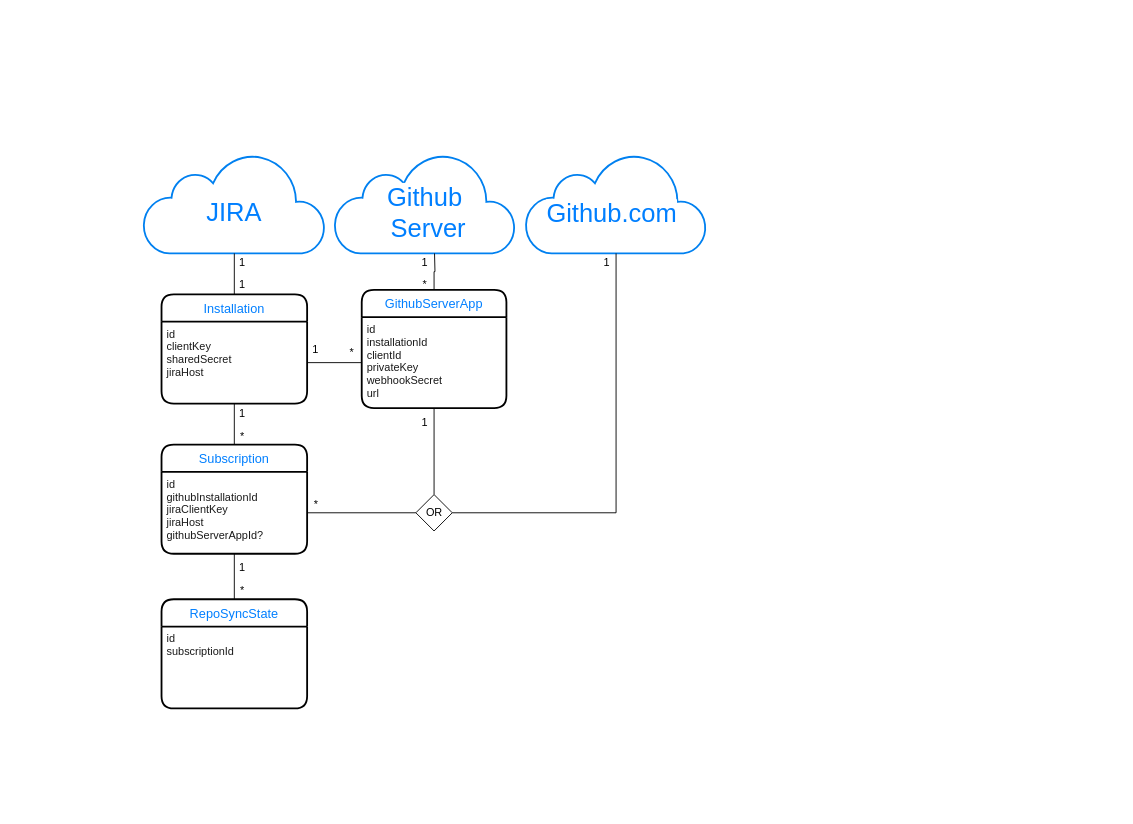
Earlier version of the draw.io diagram docs/draw.io/data-model.drawio.xml (atlassian/github-for-jira). Source tidied: cells renumbered, new cells numbered last; positions are measured from the earlier drawing's top-left corner, leaving out a move shared by most shapes. Both pictures are drawn from the tidied source at 91%, with x=0, y=0 at pixel (143, 153).
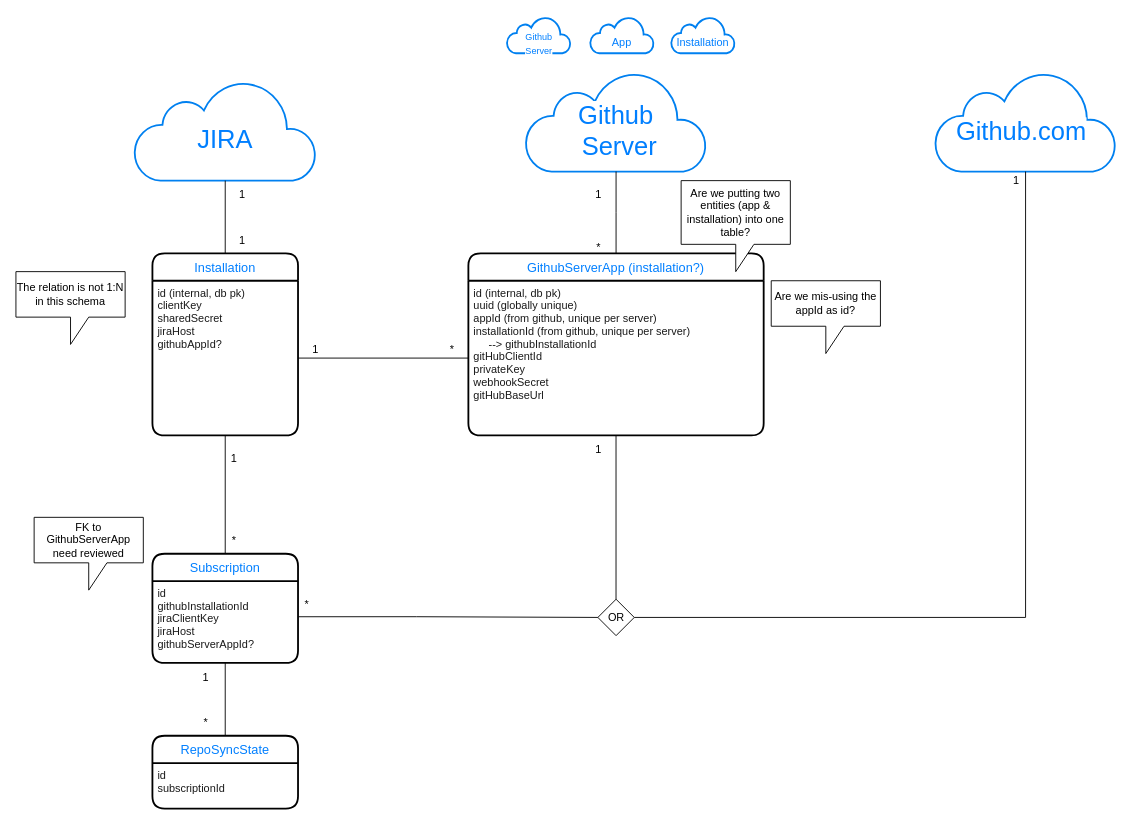
The same page after the edit.

Commit message (it also covers changes not shown here):
update data model with unique uuid

The change refers to these unchanged cells:
```xml
<mxCell id="10" style="html=1;verticalLabelPosition=bottom;align=center;labelBackgroundColor=#ffffff;verticalAlign=top;strokeWidth=2;strokeColor=#0080F0;shadow=0;dashed=0;shape=mxgraph.ios7.icons.cloud;" parent="9" vertex="1">
  <mxGeometry width="199" height="110" as="geometry" />
</mxCell>
<mxCell id="17" value="id&#10;githubInstallationId&#10;jiraClientKey&#10;jiraHost&#10;githubServerAppId?" style="align=left;strokeColor=none;fillColor=none;spacingLeft=4;fontSize=12;verticalAlign=top;fontColor=#1A1A1A;" parent="16" vertex="1">
  <mxGeometry y="30" width="160" height="90" as="geometry" />
</mxCell>
```

The edit, as a diff of the source:
```diff
@@
     <mxCell id="2" style="group;" parent="1" vertex="1">
-      <mxGeometry width="200" height="110" as="geometry" />
+      <mxGeometry x="-10" y="-80" width="200" height="110" as="geometry" />
     </mxCell>
@@
     <mxCell id="5" style="group;" parent="1" vertex="1">
-      <mxGeometry x="220" width="330" height="130" as="geometry" />
+      <mxGeometry x="670" y="-90" width="330" height="130" as="geometry" />
     </mxCell>
@@
     <mxCell id="9" style="group;" parent="1" vertex="1">
-      <mxGeometry x="210" width="199" height="110" as="geometry" />
+      <mxGeometry x="420" y="-90" width="199" height="110" as="geometry" />
     </mxCell>
@@
     <mxCell id="14" value="Installation" style="swimlane;horizontal=1;startSize=30;rounded=1;fontSize=14;fontStyle=0;strokeWidth=2;shadow=0;dashed=0;align=center;fontColor=#007FFF;glass=0;" parent="1" vertex="1">
-      <mxGeometry x="20" y="155" width="160" height="120" as="geometry" />
+      <mxGeometry x="10" y="110" width="160" height="200" as="geometry" />
     </mxCell>
-    <mxCell id="15" value="id&#10;clientKey&#10;sharedSecret&#10;jiraHost" style="align=left;strokeColor=none;fillColor=none;spacingLeft=4;fontSize=12;verticalAlign=top;fontColor=#1A1A1A;" parent="14" vertex="1">
-      <mxGeometry y="30" width="160" height="90" as="geometry" />
+    <mxCell id="15" value="id (internal, db pk)&#10;clientKey&#10;sharedSecret&#10;jiraHost&#10;githubAppId?&#10;" style="align=left;strokeColor=none;fillColor=none;spacingLeft=4;fontSize=12;verticalAlign=top;fontColor=#1A1A1A;" parent="14" vertex="1">
+      <mxGeometry y="30" width="160" height="170" as="geometry" />
     </mxCell>
     <mxCell id="16" value="Subscription" style="swimlane;horizontal=1;startSize=30;rounded=1;fontSize=14;fontStyle=0;strokeWidth=2;shadow=0;dashed=0;align=center;fontColor=#007FFF;glass=0;" parent="1" vertex="1">
-      <mxGeometry x="20" y="320" width="160" height="120" as="geometry" />
+      <mxGeometry x="10" y="440" width="160" height="120" as="geometry" />
     </mxCell>
@@
     <mxCell id="18" value="RepoSyncState" style="swimlane;horizontal=1;startSize=30;rounded=1;fontSize=14;fontStyle=0;strokeWidth=2;shadow=0;dashed=0;align=center;fontColor=#007FFF;glass=0;" parent="1" vertex="1">
-      <mxGeometry x="20" y="490" width="160" height="120" as="geometry" />
+      <mxGeometry x="10" y="640" width="160" height="80" as="geometry" />
     </mxCell>
     <mxCell id="19" value="id&#10;subscriptionId" style="align=left;strokeColor=none;fillColor=none;spacingLeft=4;fontSize=12;verticalAlign=top;fontColor=#1A1A1A;" parent="18" vertex="1">
-      <mxGeometry y="30" width="160" height="90" as="geometry" />
+      <mxGeometry y="30" width="160" height="50" as="geometry" />
     </mxCell>
-    <mxCell id="20" style="edgeStyle=orthogonalEdgeStyle;rounded=0;jettySize=auto;html=1;fontSize=28;fontColor=#007FFF;endArrow=none;endFill=0;" parent="1" edge="1" source="21">
-      <mxGeometry relative="1" as="geometry">
-        <mxPoint x="320" y="110" as="targetPoint" />
-      </mxGeometry>
+    <mxCell id="20" style="edgeStyle=orthogonalEdgeStyle;rounded=0;jettySize=auto;html=1;fontSize=28;fontColor=#007FFF;endArrow=none;endFill=0;" parent="1" edge="1" source="21" target="10">
+      <mxGeometry relative="1" as="geometry" />
     </mxCell>
-    <mxCell id="21" value="GithubServerApp" style="swimlane;horizontal=1;startSize=30;rounded=1;fontSize=14;fontStyle=0;strokeWidth=2;shadow=0;dashed=0;align=center;fontColor=#007FFF;glass=0;" parent="1" vertex="1">
-      <mxGeometry x="240" y="150" width="159" height="130" as="geometry" />
+    <mxCell id="21" value="GithubServerApp (installation?)" style="swimlane;horizontal=1;startSize=30;rounded=1;fontSize=14;fontStyle=0;strokeWidth=2;shadow=0;dashed=0;align=center;fontColor=#007FFF;glass=0;" parent="1" vertex="1">
+      <mxGeometry x="357.2" y="110" width="324.5" height="200" as="geometry" />
     </mxCell>
-    <mxCell id="22" value="id&#10;installationId&#10;clientId&#10;privateKey&#10;webhookSecret&#10;url" style="align=left;strokeColor=none;fillColor=none;spacingLeft=4;fontSize=12;verticalAlign=top;fontColor=#1A1A1A;" parent="21" vertex="1">
-      <mxGeometry y="30" width="159" height="100" as="geometry" />
+    <mxCell id="22" value="id (internal, db pk)&#10;uuid (globally unique)&#10;appId (from github, unique per server)&#10;installationId (from github, unique per server)&#10;     --&gt; githubInstallationId&#10;gitHubClientId&#10;privateKey&#10;webhookSecret&#10;gitHubBaseUrl" style="align=left;strokeColor=none;fillColor=none;spacingLeft=4;fontSize=12;verticalAlign=top;fontColor=#1A1A1A;" parent="21" vertex="1">
+      <mxGeometry y="30" width="324.5" height="170" as="geometry" />
     </mxCell>
     <mxCell id="23" value="&lt;font color=&quot;#000000&quot; style=&quot;font-size: 12px&quot;&gt;1&lt;/font&gt;" style="text;html=1;strokeColor=none;fillColor=none;align=center;verticalAlign=middle;whiteSpace=wrap;rounded=0;shadow=0;glass=0;fontSize=28;fontColor=#007FFF;" parent="1" vertex="1">
-      <mxGeometry x="99" y="104" width="20" height="20" as="geometry" />
+      <mxGeometry x="99" y="30" width="20" height="20" as="geometry" />
     </mxCell>
     <mxCell id="24" value="&lt;font color=&quot;#000000&quot; style=&quot;font-size: 12px&quot;&gt;1&lt;/font&gt;" style="text;html=1;strokeColor=none;fillColor=none;align=center;verticalAlign=middle;whiteSpace=wrap;rounded=0;shadow=0;glass=0;fontSize=28;fontColor=#007FFF;" parent="1" vertex="1">
-      <mxGeometry x="99" y="129" width="20" height="20" as="geometry" />
+      <mxGeometry x="99" y="80" width="20" height="20" as="geometry" />
     </mxCell>
     <mxCell id="25" value="&lt;font color=&quot;#000000&quot; style=&quot;font-size: 12px&quot;&gt;1&lt;/font&gt;" style="text;html=1;strokeColor=none;fillColor=none;align=center;verticalAlign=middle;whiteSpace=wrap;rounded=0;shadow=0;glass=0;fontSize=28;fontColor=#007FFF;" parent="1" vertex="1">
-      <mxGeometry x="99" y="270" width="20" height="20" as="geometry" />
+      <mxGeometry x="90" y="320" width="20" height="20" as="geometry" />
     </mxCell>
     <mxCell id="26" value="&lt;font color=&quot;#000000&quot; style=&quot;font-size: 12px&quot;&gt;*&lt;/font&gt;" style="text;html=1;strokeColor=none;fillColor=none;align=center;verticalAlign=middle;whiteSpace=wrap;rounded=0;shadow=0;glass=0;fontSize=28;fontColor=#007FFF;" parent="1" vertex="1">
-      <mxGeometry x="99" y="295" width="20" height="20" as="geometry" />
+      <mxGeometry x="90" y="410" width="20" height="20" as="geometry" />
     </mxCell>
-    <mxCell id="27" value="&lt;font color=&quot;#000000&quot; style=&quot;font-size: 12px&quot;&gt;*&lt;/font&gt;" style="text;html=1;strokeColor=none;fillColor=none;align=center;verticalAlign=middle;whiteSpace=wrap;rounded=0;shadow=0;glass=0;fontSize=28;fontColor=#007FFF;" parent="1" vertex="1">
-      <mxGeometry x="300" y="128" width="19" height="20" as="geometry" />
-    </mxCell>
-    <mxCell id="28" value="&lt;font color=&quot;#000000&quot; style=&quot;font-size: 12px&quot;&gt;1&lt;/font&gt;" style="text;html=1;strokeColor=none;fillColor=none;align=center;verticalAlign=middle;whiteSpace=wrap;rounded=0;shadow=0;glass=0;fontSize=28;fontColor=#007FFF;" parent="1" vertex="1">
-      <mxGeometry x="300" y="104" width="19" height="20" as="geometry" />
-    </mxCell>
-    <mxCell id="29" style="edgeStyle=orthogonalEdgeStyle;rounded=0;jettySize=auto;html=1;fontSize=12;fontColor=#000000;endArrow=none;endFill=0;entryX=0;entryY=0.5;entryDx=0;entryDy=0;" parent="1" edge="1" source="17" target="37">
-      <mxGeometry relative="1" as="geometry" />
+    <mxCell id="29" style="edgeStyle=orthogonalEdgeStyle;rounded=0;jettySize=auto;html=1;fontSize=12;fontColor=#000000;endArrow=none;endFill=0;entryX=0;entryY=0.5;entryDx=0;entryDy=0;exitX=1.003;exitY=0.436;exitDx=0;exitDy=0;exitPerimeter=0;" parent="1" edge="1" source="17" target="37">
+      <mxGeometry relative="1" as="geometry">
+        <Array as="points">
+          <mxPoint x="300" y="509" />
+        </Array>
+      </mxGeometry>
     </mxCell>
     <mxCell id="30" value="&lt;font color=&quot;#000000&quot; style=&quot;font-size: 12px&quot;&gt;*&lt;/font&gt;" style="text;html=1;strokeColor=none;fillColor=none;align=center;verticalAlign=middle;whiteSpace=wrap;rounded=0;shadow=0;glass=0;fontSize=28;fontColor=#007FFF;" parent="1" vertex="1">
-      <mxGeometry x="180" y="370" width="20" height="20" as="geometry" />
+      <mxGeometry x="170" y="480" width="20" height="20" as="geometry" />
     </mxCell>
     <mxCell id="31" value="&lt;font color=&quot;#000000&quot; style=&quot;font-size: 12px&quot;&gt;1&lt;/font&gt;" style="text;html=1;strokeColor=none;fillColor=none;align=center;verticalAlign=middle;whiteSpace=wrap;rounded=0;shadow=0;glass=0;fontSize=28;fontColor=#007FFF;" parent="1" vertex="1">
-      <mxGeometry x="300" y="280" width="19" height="20" as="geometry" />
+      <mxGeometry x="491" y="310" width="19" height="20" as="geometry" />
     </mxCell>
@@
     <mxCell id="33" value="&lt;font color=&quot;#000000&quot; style=&quot;font-size: 12px&quot;&gt;1&lt;/font&gt;" style="text;html=1;strokeColor=none;fillColor=none;align=center;verticalAlign=middle;whiteSpace=wrap;rounded=0;shadow=0;glass=0;fontSize=28;fontColor=#007FFF;" parent="1" vertex="1">
-      <mxGeometry x="99" y="440" width="20" height="20" as="geometry" />
+      <mxGeometry x="59" y="560" width="20" height="20" as="geometry" />
     </mxCell>
     <mxCell id="34" value="&lt;font color=&quot;#000000&quot; style=&quot;font-size: 12px&quot;&gt;*&lt;/font&gt;" style="text;html=1;strokeColor=none;fillColor=none;align=center;verticalAlign=middle;whiteSpace=wrap;rounded=0;shadow=0;glass=0;fontSize=28;fontColor=#007FFF;" parent="1" vertex="1">
-      <mxGeometry x="99" y="465" width="20" height="20" as="geometry" />
+      <mxGeometry x="59" y="610" width="20" height="20" as="geometry" />
     </mxCell>
@@
     <mxCell id="37" value="OR" style="rhombus;whiteSpace=wrap;html=1;" parent="1" vertex="1">
-      <mxGeometry x="299.5" y="375" width="40" height="40" as="geometry" />
+      <mxGeometry x="499.5" y="490" width="40" height="40" as="geometry" />
     </mxCell>
     <mxCell id="38" style="edgeStyle=orthogonalEdgeStyle;rounded=0;jettySize=auto;html=1;exitX=1;exitY=0.5;exitDx=0;exitDy=0;endArrow=none;endFill=0;entryX=0;entryY=0.5;entryDx=0;entryDy=0;" parent="1" edge="1" source="15" target="22">
-      <mxGeometry relative="1" as="geometry" />
+      <mxGeometry relative="1" as="geometry">
+        <Array as="points">
+          <mxPoint x="357" y="225" />
+        </Array>
+      </mxGeometry>
     </mxCell>
@@
     <mxCell id="40" value="&lt;font color=&quot;#000000&quot; style=&quot;font-size: 12px&quot;&gt;*&lt;/font&gt;" style="text;html=1;strokeColor=none;fillColor=none;align=center;verticalAlign=middle;whiteSpace=wrap;rounded=0;shadow=0;glass=0;fontSize=28;fontColor=#007FFF;" parent="1" vertex="1">
-      <mxGeometry x="220" y="203" width="19" height="20" as="geometry" />
+      <mxGeometry x="330" y="200" width="19" height="20" as="geometry" />
     </mxCell>
+    <mxCell id="28" value="&lt;font color=&quot;#000000&quot; style=&quot;font-size: 12px&quot;&gt;1&lt;/font&gt;" style="text;html=1;strokeColor=none;fillColor=none;align=center;verticalAlign=middle;whiteSpace=wrap;rounded=0;shadow=0;glass=0;fontSize=28;fontColor=#007FFF;" parent="1" vertex="1">
+      <mxGeometry x="491" y="30" width="19" height="20" as="geometry" />
+    </mxCell>
+    <mxCell id="27" value="&lt;font color=&quot;#000000&quot; style=&quot;font-size: 12px&quot;&gt;*&lt;/font&gt;" style="text;html=1;strokeColor=none;fillColor=none;align=center;verticalAlign=middle;whiteSpace=wrap;rounded=0;shadow=0;glass=0;fontSize=28;fontColor=#007FFF;" parent="1" vertex="1">
+      <mxGeometry x="491" y="88" width="19" height="20" as="geometry" />
+    </mxCell>
+    <mxCell id="41" value="Are we mis-using the appId as id?" style="shape=callout;whiteSpace=wrap;html=1;perimeter=calloutPerimeter;" parent="1" vertex="1">
+      <mxGeometry x="690" y="140" width="120" height="80" as="geometry" />
+    </mxCell>
+    <mxCell id="42" value="Are we putting two entities (app &amp;amp; installation) into one table?" style="shape=callout;whiteSpace=wrap;html=1;perimeter=calloutPerimeter;" parent="1" vertex="1">
+      <mxGeometry x="591" y="30" width="120" height="100" as="geometry" />
+    </mxCell>
+    <mxCell id="43" value="The relation is not 1:N in this schema" style="shape=callout;whiteSpace=wrap;html=1;perimeter=calloutPerimeter;" parent="1" vertex="1">
+      <mxGeometry x="-140" y="130" width="120" height="80" as="geometry" />
+    </mxCell>
+    <mxCell id="44" value="FK to GithubServerApp&lt;br&gt;need reviewed" style="shape=callout;whiteSpace=wrap;html=1;perimeter=calloutPerimeter;" parent="1" vertex="1">
+      <mxGeometry x="-120" y="400" width="120" height="80" as="geometry" />
+    </mxCell>
+    <mxCell id="45" style="group;" parent="1" vertex="1">
+      <mxGeometry x="580" y="-150" width="100" height="80" as="geometry" />
+    </mxCell>
+    <mxCell id="46" style="group;" parent="45" vertex="1">
+      <mxGeometry width="70" height="40" as="geometry" />
+    </mxCell>
+    <mxCell id="47" style="html=1;verticalLabelPosition=bottom;align=center;labelBackgroundColor=#ffffff;verticalAlign=top;strokeWidth=2;strokeColor=#0080F0;shadow=0;dashed=0;shape=mxgraph.ios7.icons.cloud;" parent="46" vertex="1">
+      <mxGeometry width="70" height="40" as="geometry" />
+    </mxCell>
+    <mxCell id="48" value="&lt;span style=&quot;background-color: rgb(255, 255, 255); font-size: 12px; line-height: 0.9;&quot;&gt;Installation&lt;br style=&quot;font-size: 12px;&quot;&gt;&lt;/span&gt;" style="text;html=1;strokeColor=none;fillColor=none;align=center;verticalAlign=middle;whiteSpace=wrap;rounded=0;fontSize=12;fontColor=#007FFF;" parent="46" vertex="1">
+      <mxGeometry x="20.2" y="18.2" width="29.6" height="21.8" as="geometry" />
+    </mxCell>
+    <mxCell id="49" style="group;" parent="1" vertex="1">
+      <mxGeometry x="491" y="-150" width="100" height="80" as="geometry" />
+    </mxCell>
+    <mxCell id="50" style="group;" parent="49" vertex="1">
+      <mxGeometry width="70" height="40" as="geometry" />
+    </mxCell>
+    <mxCell id="51" style="html=1;verticalLabelPosition=bottom;align=center;labelBackgroundColor=#ffffff;verticalAlign=top;strokeWidth=2;strokeColor=#0080F0;shadow=0;dashed=0;shape=mxgraph.ios7.icons.cloud;" parent="50" vertex="1">
+      <mxGeometry width="70" height="40" as="geometry" />
+    </mxCell>
+    <mxCell id="52" value="&lt;span style=&quot;background-color: rgb(255, 255, 255); font-size: 12px; line-height: 0.9;&quot;&gt;App&lt;br style=&quot;font-size: 12px;&quot;&gt;&lt;/span&gt;" style="text;html=1;strokeColor=none;fillColor=none;align=center;verticalAlign=middle;whiteSpace=wrap;rounded=0;fontSize=12;fontColor=#007FFF;" parent="50" vertex="1">
+      <mxGeometry x="20.2" y="18.2" width="29.6" height="21.8" as="geometry" />
+    </mxCell>
+    <mxCell id="53" style="group;" parent="1" vertex="1">
+      <mxGeometry x="399.5" y="-150" width="100" height="80" as="geometry" />
+    </mxCell>
+    <mxCell id="54" style="group;" parent="53" vertex="1">
+      <mxGeometry width="70" height="40" as="geometry" />
+    </mxCell>
+    <mxCell id="55" style="html=1;verticalLabelPosition=bottom;align=center;labelBackgroundColor=#ffffff;verticalAlign=top;strokeWidth=2;strokeColor=#0080F0;shadow=0;dashed=0;shape=mxgraph.ios7.icons.cloud;" parent="54" vertex="1">
+      <mxGeometry width="70" height="40" as="geometry" />
+    </mxCell>
+    <mxCell id="56" value="&lt;span style=&quot;background-color: rgb(255, 255, 255); font-size: 10px; line-height: 0.9;&quot;&gt;Github&lt;br&gt;Server&lt;br style=&quot;font-size: 12px;&quot;&gt;&lt;/span&gt;" style="text;html=1;strokeColor=none;fillColor=none;align=center;verticalAlign=middle;whiteSpace=wrap;rounded=0;fontSize=12;fontColor=#007FFF;" parent="54" vertex="1">
+      <mxGeometry x="20.2" y="18.2" width="29.6" height="21.8" as="geometry" />
+    </mxCell>
```
